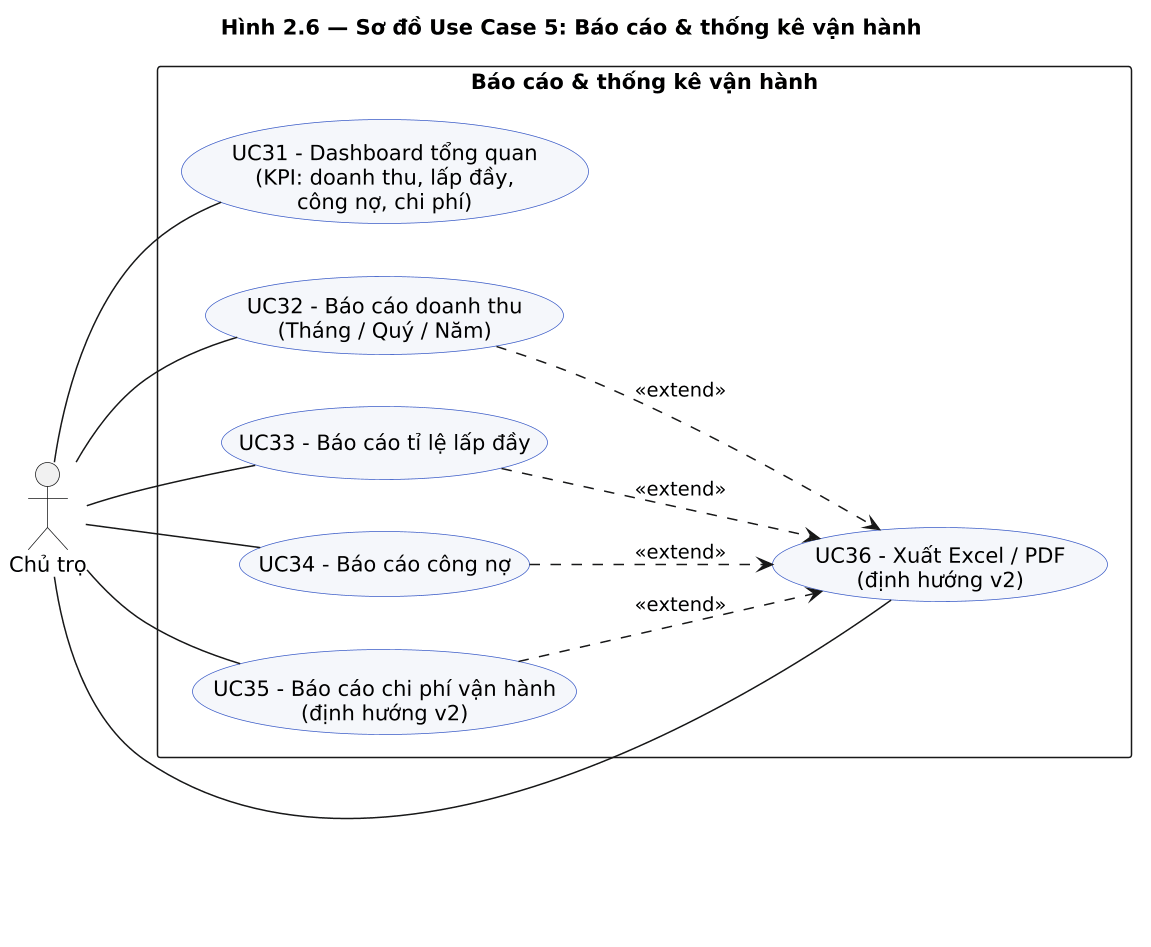
DiepTuHuy/Hostel_Management keeps this PlantUML diagram as docs/diagrams/png/2.06_uc_report.png. Above is the earlier version.
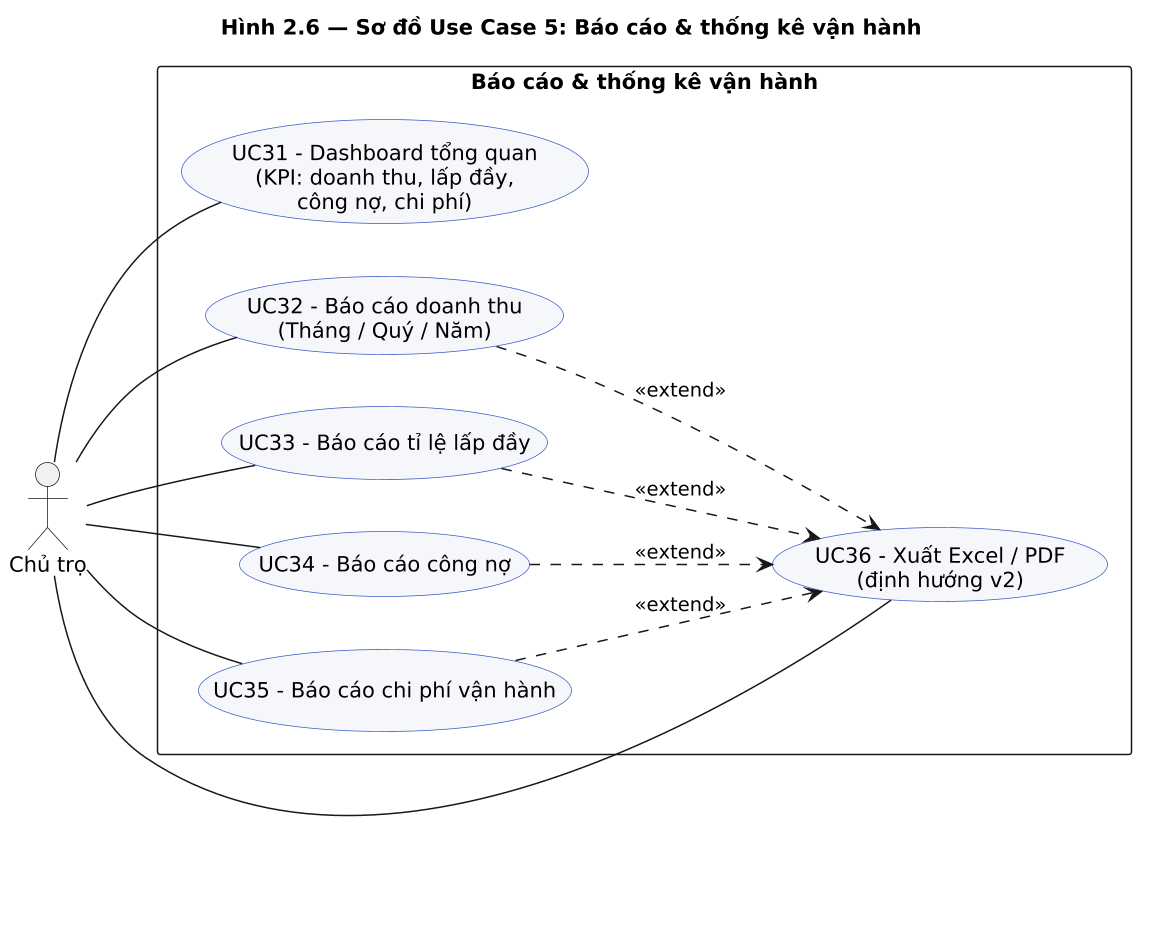
The same file after the commit.

Commit message:
doc: embed usecase diagrams in docx specification and update report usecase diagram

Change to the diagram source:
```diff
@@ -17,7 +17,7 @@
   usecase "UC32 - Báo cáo doanh thu\n(Tháng / Quý / Năm)" as R2
   usecase "UC33 - Báo cáo tỉ lệ lấp đầy" as R3
   usecase "UC34 - Báo cáo công nợ" as R4
-  usecase "UC35 - Báo cáo chi phí vận hành\n(định hướng v2)" as R5
+  usecase "UC35 - Báo cáo chi phí vận hành" as R5
   usecase "UC36 - Xuất Excel / PDF\n(định hướng v2)"        as R6
 }
 
```
